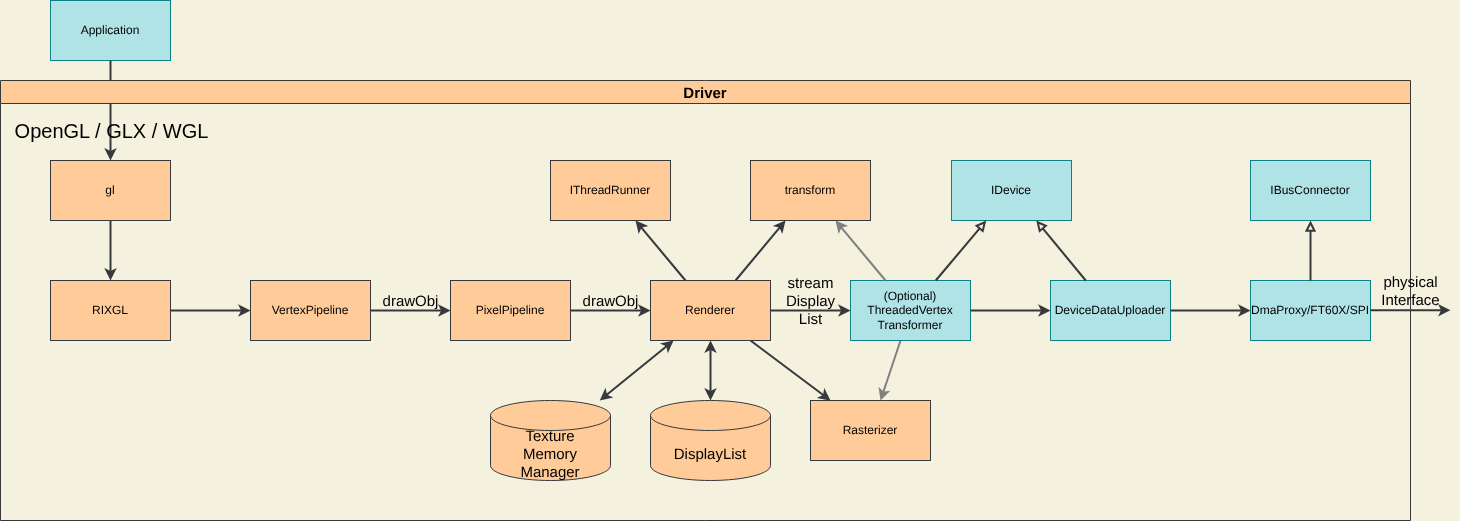
Above: pictures/softwareFlow.drawio.png in ToNi3141/RasterIX (draw.io), before the change. Source tidied: cells renumbered, new cells last; positions are measured from the earlier drawing's top-left corner, leaving out a move shared by most shapes.
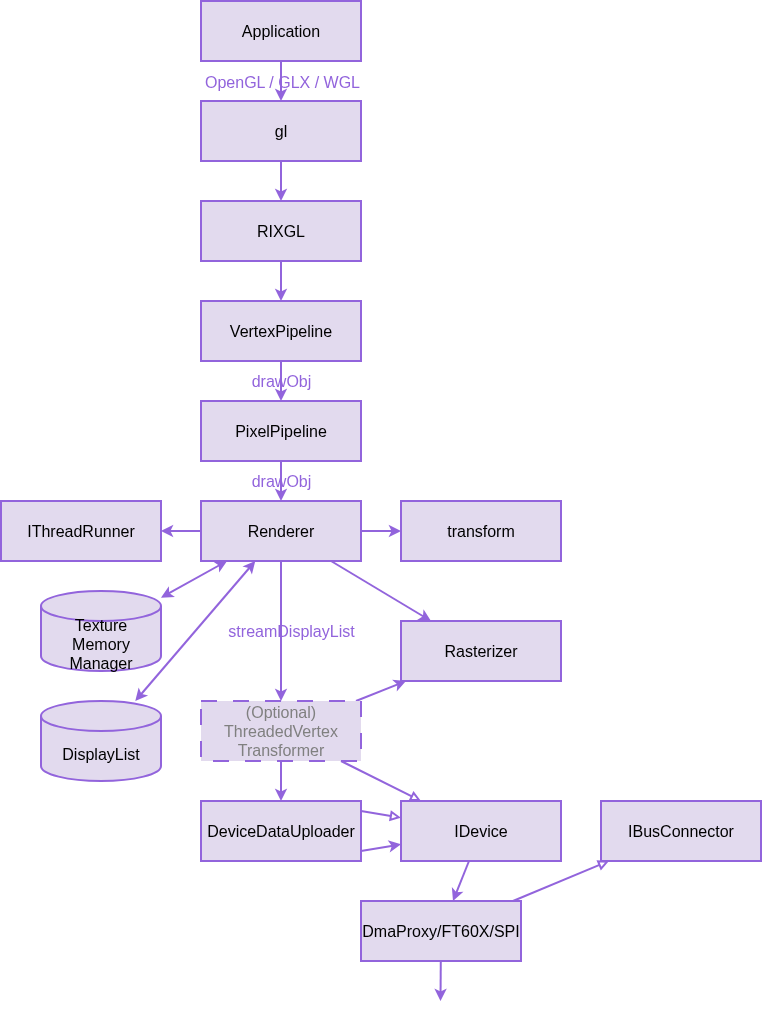
After the change.

The edit, as a diff of the source:
```diff
@@ -1,132 +1,126 @@
-<mxGraphModel background="#F4F1DE">
+<mxGraphModel>
   <root>
     <mxCell id="0" />
     <mxCell id="1" parent="0" />
-    <mxCell id="2" value="Application" style="rounded=0;whiteSpace=wrap;html=1;fillColor=#b0e3e6;strokeColor=#0e8088;fontColor=#000000;" parent="1" vertex="1">
-      <mxGeometry x="50" width="120" height="60" as="geometry" />
+    <mxCell id="2" value="Application" style="rounded=0;whiteSpace=wrap;html=1;fillColor=#E2DAEE;strokeColor=#9264DC;fontColor=#000000;strokeWidth=2;fontSize=16;" parent="1" vertex="1">
+      <mxGeometry x="50" width="160" height="60" as="geometry" />
     </mxCell>
-    <mxCell id="3" style="endArrow=classic;html=1;fontColor=#000000;exitX=0.5;exitY=1;exitDx=0;exitDy=0;strokeWidth=2;fillColor=#eeeeee;strokeColor=#36393d;" parent="1" edge="1" source="2" target="37">
-      <mxGeometry relative="1" as="geometry">
-        <Array as="points">
-          <mxPoint x="110" y="100" />
-        </Array>
-      </mxGeometry>
+    <mxCell id="3" style="endArrow=classic;html=1;fontColor=#000000;strokeWidth=2;fillColor=#eeeeee;strokeColor=#9264DC;" parent="1" edge="1" source="2" target="37">
+      <mxGeometry relative="1" as="geometry" />
     </mxCell>
-    <mxCell id="4" value="OpenGL / GLX / WGL" style="edgeLabel;html=1;align=center;verticalAlign=middle;fontSize=20;fontColor=#000000;labelBackgroundColor=none;" parent="3" vertex="1">
-      <mxGeometry x="0.13" y="-2" relative="1" as="geometry">
-        <mxPoint x="2" y="13" as="offset" />
+    <mxCell id="4" value="OpenGL / GLX / WGL" style="edgeLabel;html=1;align=center;verticalAlign=middle;fontSize=16;fontColor=#9264DC;labelBackgroundColor=none;" parent="3" vertex="1">
+      <mxGeometry x="0.12" y="-2" relative="1" as="geometry">
+        <mxPoint x="2" y="-2" as="offset" />
       </mxGeometry>
     </mxCell>
-    <mxCell id="5" value="Driver" style="swimlane;labelBackgroundColor=none;fontSize=15;fillColor=#ffcc99;strokeColor=#36393d;fontColor=#000000;" parent="1" vertex="1">
-      <mxGeometry y="80" width="1410" height="440" as="geometry" />
-    </mxCell>
-    <mxCell id="6" value="RIXGL" style="rounded=0;whiteSpace=wrap;html=1;fillColor=#ffcc99;strokeColor=#36393d;fontColor=#000000;" parent="5" vertex="1">
-      <mxGeometry x="50" y="200" width="120" height="60" as="geometry" />
+    <mxCell id="6" value="RIXGL" style="rounded=0;whiteSpace=wrap;html=1;fillColor=#E2DAEE;strokeColor=#9264DC;fontColor=#000000;strokeWidth=2;fontSize=16;" parent="1" vertex="1">
+      <mxGeometry x="50" y="200" width="160" height="60" as="geometry" />
     </mxCell>
-    <mxCell id="7" value="VertexPipeline" style="rounded=0;whiteSpace=wrap;html=1;fillColor=#ffcc99;strokeColor=#36393d;fontColor=#000000;" parent="5" vertex="1">
-      <mxGeometry x="250" y="200" width="120" height="60" as="geometry" />
+    <mxCell id="7" value="VertexPipeline" style="rounded=0;whiteSpace=wrap;html=1;fillColor=#E2DAEE;strokeColor=#9264DC;fontColor=#000000;strokeWidth=2;fontSize=16;" parent="1" vertex="1">
+      <mxGeometry x="50" y="300" width="160" height="60" as="geometry" />
     </mxCell>
-    <mxCell id="8" value="PixelPipeline" style="rounded=0;whiteSpace=wrap;html=1;fillColor=#ffcc99;strokeColor=#36393d;fontColor=#000000;" parent="5" vertex="1">
-      <mxGeometry x="450" y="200" width="120" height="60" as="geometry" />
+    <mxCell id="8" value="PixelPipeline" style="rounded=0;whiteSpace=wrap;html=1;fillColor=#E2DAEE;strokeColor=#9264DC;fontColor=#000000;strokeWidth=2;fontSize=16;" parent="1" vertex="1">
+      <mxGeometry x="50" y="400" width="160" height="60" as="geometry" />
     </mxCell>
-    <mxCell id="9" value="drawObj" style="endArrow=classic;html=1;fontSize=15;fontColor=#000000;strokeWidth=2;fillColor=#cce5ff;strokeColor=#36393d;entryX=0;entryY=0.5;entryDx=0;entryDy=0;exitX=1;exitY=0.5;exitDx=0;exitDy=0;labelBackgroundColor=none;" parent="5" edge="1" source="7" target="8">
-      <mxGeometry y="10" relative="1" as="geometry" />
+    <mxCell id="9" value="drawObj" style="endArrow=classic;html=1;fontSize=16;fontColor=#9264DC;strokeWidth=2;fillColor=#cce5ff;strokeColor=#9264DC;labelBackgroundColor=none;" parent="1" edge="1" source="7" target="8">
+      <mxGeometry relative="1" as="geometry" />
     </mxCell>
-    <mxCell id="10" value="Renderer" style="rounded=0;whiteSpace=wrap;html=1;fillColor=#ffcc99;strokeColor=#36393d;fontColor=#000000;" parent="5" vertex="1">
-      <mxGeometry x="650" y="200" width="120" height="60" as="geometry" />
+    <mxCell id="10" value="Renderer" style="rounded=0;whiteSpace=wrap;html=1;fillColor=#E2DAEE;strokeColor=#9264DC;fontColor=#000000;strokeWidth=2;fontSize=16;" parent="1" vertex="1">
+      <mxGeometry x="50" y="500" width="160" height="60" as="geometry" />
     </mxCell>
-    <mxCell id="11" value="drawObj" style="endArrow=classic;html=1;fontSize=15;fontColor=#000000;strokeWidth=2;fillColor=#cce5ff;strokeColor=#36393d;entryX=0;entryY=0.5;entryDx=0;entryDy=0;exitX=1;exitY=0.5;exitDx=0;exitDy=0;labelBackgroundColor=none;" parent="5" edge="1" source="8" target="10">
-      <mxGeometry y="10" relative="1" as="geometry" />
+    <mxCell id="11" value="drawObj" style="endArrow=classic;html=1;fontSize=16;fontColor=#9264DC;strokeWidth=2;fillColor=#cce5ff;strokeColor=#9264DC;labelBackgroundColor=none;" parent="1" edge="1" source="8" target="10">
+      <mxGeometry relative="1" as="geometry" />
     </mxCell>
-    <mxCell id="12" style="endArrow=classic;html=1;fontSize=15;fontColor=#000000;strokeWidth=2;fillColor=#cce5ff;strokeColor=#36393d;entryX=0.5;entryY=0;entryDx=0;entryDy=0;labelBackgroundColor=none;startArrow=classic;startFill=1;entryPerimeter=0;" parent="5" edge="1" source="10" target="18">
+    <mxCell id="12" style="endArrow=classic;html=1;fontSize=15;fontColor=#000000;strokeWidth=2;fillColor=#cce5ff;strokeColor=#9264DC;labelBackgroundColor=none;startArrow=classic;startFill=1;" parent="1" edge="1" source="10" target="18">
       <mxGeometry y="10" relative="1" as="geometry" />
     </mxCell>
-    <mxCell id="13" value="Rasterizer" style="rounded=0;whiteSpace=wrap;html=1;fillColor=#ffcc99;strokeColor=#36393d;fontColor=#000000;" parent="5" vertex="1">
-      <mxGeometry x="810" y="320" width="120" height="60" as="geometry" />
+    <mxCell id="13" value="Rasterizer" style="rounded=0;whiteSpace=wrap;html=1;fillColor=#E2DAEE;strokeColor=#9264DC;fontColor=#000000;strokeWidth=2;fontSize=16;" parent="1" vertex="1">
+      <mxGeometry x="250" y="620" width="160" height="60" as="geometry" />
     </mxCell>
-    <mxCell id="14" style="endArrow=classic;html=1;fontSize=15;fontColor=#000000;strokeWidth=2;fillColor=#cce5ff;strokeColor=#36393d;labelBackgroundColor=none;startArrow=classic;startFill=1;" parent="5" edge="1" source="10" target="17">
+    <mxCell id="14" style="endArrow=classic;html=1;fontSize=15;fontColor=#000000;strokeWidth=2;fillColor=#cce5ff;strokeColor=#9264DC;labelBackgroundColor=none;startArrow=classic;startFill=1;" parent="1" edge="1" source="10" target="17">
       <mxGeometry y="10" relative="1" as="geometry" />
     </mxCell>
-    <mxCell id="15" style="endArrow=classic;html=1;fontSize=15;fontColor=#000000;strokeWidth=2;fillColor=#cce5ff;strokeColor=#808080;labelBackgroundColor=none;startArrow=none;startFill=0;" parent="5" edge="1" source="20" target="13">
-      <mxGeometry y="10" relative="1" as="geometry">
-        <Array as="points">
-          <mxPoint x="890" y="290" />
-        </Array>
-      </mxGeometry>
+    <mxCell id="15" style="endArrow=classic;html=1;fontSize=15;fontColor=#000000;strokeWidth=2;fillColor=#cce5ff;strokeColor=#9264DC;labelBackgroundColor=none;startArrow=none;startFill=0;" parent="1" edge="1" source="20" target="13">
+      <mxGeometry y="10" relative="1" as="geometry" />
     </mxCell>
-    <mxCell id="16" value="stream&lt;div&gt;Display&lt;/div&gt;&lt;div&gt;List&lt;/div&gt;" style="endArrow=classic;html=1;fontSize=15;fontColor=#000000;strokeWidth=2;fillColor=#cce5ff;strokeColor=#36393d;exitX=1;exitY=0.5;exitDx=0;exitDy=0;labelBackgroundColor=none;" parent="5" edge="1" source="10" target="20">
+    <mxCell id="16" value="&lt;span style=&quot;color: rgb(146, 100, 220);&quot;&gt;stream&lt;span style=&quot;background-color: transparent;&quot;&gt;Display&lt;/span&gt;&lt;span style=&quot;background-color: transparent;&quot;&gt;List&lt;/span&gt;&lt;/span&gt;" style="endArrow=classic;html=1;fontSize=16;fontColor=#9264DC;strokeWidth=2;fillColor=#cce5ff;strokeColor=#9264DC;labelBackgroundColor=none;" parent="1" edge="1" source="10" target="20">
       <mxGeometry y="10" relative="1" as="geometry" />
     </mxCell>
-    <mxCell id="17" value="Texture&lt;br&gt;Memory&lt;br&gt;Manager" style="shape=cylinder3;whiteSpace=wrap;html=1;boundedLbl=1;backgroundOutline=1;size=15;labelBackgroundColor=none;fontSize=15;fillColor=#ffcc99;strokeColor=#36393d;fontColor=#000000;" parent="5" vertex="1">
-      <mxGeometry x="490" y="320" width="120" height="80" as="geometry" />
+    <mxCell id="17" value="Texture&lt;br&gt;Memory&lt;br&gt;Manager" style="shape=cylinder3;whiteSpace=wrap;html=1;boundedLbl=1;backgroundOutline=1;size=15;labelBackgroundColor=none;fontSize=16;fillColor=#E2DAEE;strokeColor=#9264DC;fontColor=#000000;strokeWidth=2;" parent="1" vertex="1">
+      <mxGeometry x="-110" y="590" width="120" height="80" as="geometry" />
     </mxCell>
-    <mxCell id="18" value="DisplayList" style="shape=cylinder3;whiteSpace=wrap;html=1;boundedLbl=1;backgroundOutline=1;size=15;labelBackgroundColor=none;fontSize=15;fillColor=#ffcc99;strokeColor=#36393d;fontColor=#000000;" parent="5" vertex="1">
-      <mxGeometry x="650" y="320" width="120" height="80" as="geometry" />
+    <mxCell id="18" value="DisplayList" style="shape=cylinder3;whiteSpace=wrap;html=1;boundedLbl=1;backgroundOutline=1;size=15;labelBackgroundColor=none;fontSize=16;fillColor=#E2DAEE;strokeColor=#9264DC;fontColor=#000000;strokeWidth=2;" parent="1" vertex="1">
+      <mxGeometry x="-110" y="700" width="120" height="80" as="geometry" />
     </mxCell>
-    <mxCell id="19" value="DmaProxy/FT60X/SPI" style="rounded=0;whiteSpace=wrap;html=1;fillColor=#b0e3e6;strokeColor=#0e8088;fontColor=#000000;" parent="5" vertex="1">
-      <mxGeometry x="1250" y="200" width="120" height="60" as="geometry" />
+    <mxCell id="19" value="DmaProxy/FT60X/SPI" style="rounded=0;whiteSpace=wrap;html=1;fillColor=#E2DAEE;strokeColor=#9264DC;fontColor=#000000;strokeWidth=2;fontSize=16;" parent="1" vertex="1">
+      <mxGeometry x="210" y="900" width="160" height="60" as="geometry" />
     </mxCell>
-    <mxCell id="20" value="&lt;div&gt;(Optional)&lt;/div&gt;ThreadedVertex&lt;br&gt;Transformer" style="rounded=0;whiteSpace=wrap;html=1;fillColor=#b0e3e6;strokeColor=#0e8088;glass=0;" parent="5" vertex="1">
-      <mxGeometry x="850" y="200" width="120" height="60" as="geometry" />
+    <mxCell id="20" value="&lt;div&gt;(Optional)&lt;/div&gt;ThreadedVertex&lt;br&gt;Transformer" style="rounded=0;whiteSpace=wrap;html=1;fillColor=#E2DAEE;strokeColor=#9264DC;glass=0;strokeWidth=2;fontSize=16;fontColor=#808080;dashed=1;dashPattern=8 8;" parent="1" vertex="1">
+      <mxGeometry x="50" y="700" width="160" height="60" as="geometry" />
     </mxCell>
-    <mxCell id="21" value="DeviceDataUploader" style="rounded=0;whiteSpace=wrap;html=1;fillColor=#b0e3e6;strokeColor=#0e8088;" parent="5" vertex="1">
-      <mxGeometry x="1050" y="200" width="120" height="60" as="geometry" />
+    <mxCell id="21" value="DeviceDataUploader" style="rounded=0;whiteSpace=wrap;html=1;fillColor=#E2DAEE;strokeColor=#9264DC;strokeWidth=2;fontSize=16;" parent="1" vertex="1">
+      <mxGeometry x="50" y="800" width="160" height="60" as="geometry" />
     </mxCell>
-    <mxCell id="22" value="IBusConnector" style="rounded=0;whiteSpace=wrap;html=1;fillColor=#b0e3e6;strokeColor=#0e8088;fontColor=#000000;" parent="5" vertex="1">
-      <mxGeometry x="1250" y="80" width="120" height="60" as="geometry" />
+    <mxCell id="22" value="IBusConnector" style="rounded=0;whiteSpace=wrap;html=1;fillColor=#E2DAEE;strokeColor=#9264DC;fontColor=#000000;strokeWidth=2;fontSize=16;" parent="1" vertex="1">
+      <mxGeometry x="450" y="800" width="160" height="60" as="geometry" />
     </mxCell>
-    <mxCell id="23" value="IDevice" style="rounded=0;whiteSpace=wrap;html=1;fillColor=#b0e3e6;strokeColor=#0e8088;" parent="5" vertex="1">
-      <mxGeometry x="951" y="80" width="120" height="60" as="geometry" />
-    </mxCell>
-    <mxCell id="24" style="endArrow=classic;html=1;fontSize=15;fontColor=#000000;strokeWidth=2;fillColor=#cce5ff;strokeColor=#36393d;labelBackgroundColor=none;" parent="5" edge="1" source="20" target="21">
+    <mxCell id="24" style="endArrow=classic;html=1;fontSize=15;fontColor=#000000;strokeWidth=2;fillColor=#cce5ff;strokeColor=#9264DC;labelBackgroundColor=none;" parent="1" edge="1" source="20" target="21">
       <mxGeometry y="10" relative="1" as="geometry" />
     </mxCell>
-    <mxCell id="25" style="endArrow=classic;html=1;fontSize=15;fontColor=#000000;strokeWidth=2;fillColor=#cce5ff;strokeColor=#36393d;labelBackgroundColor=none;" parent="5" edge="1" source="21" target="19">
+    <mxCell id="25" style="endArrow=classic;html=1;fontSize=15;fontColor=#000000;strokeWidth=2;fillColor=#cce5ff;strokeColor=#9264DC;labelBackgroundColor=none;" parent="1" edge="1" source="23" target="19">
       <mxGeometry y="10" relative="1" as="geometry" />
     </mxCell>
-    <mxCell id="26" style="endArrow=block;html=1;fontSize=15;fontColor=#000000;strokeWidth=2;fillColor=#cce5ff;strokeColor=#36393d;labelBackgroundColor=none;endFill=0;" parent="5" edge="1" source="20" target="23">
+    <mxCell id="26" style="endArrow=block;html=1;fontSize=15;fontColor=#000000;strokeWidth=2;fillColor=#cce5ff;strokeColor=#9264DC;labelBackgroundColor=none;endFill=0;" parent="1" edge="1" source="20" target="23">
       <mxGeometry y="10" relative="1" as="geometry" />
     </mxCell>
-    <mxCell id="27" style="endArrow=block;html=1;fontSize=15;fontColor=#000000;strokeWidth=2;fillColor=#cce5ff;strokeColor=#36393d;labelBackgroundColor=none;endFill=0;" parent="5" edge="1" source="21" target="23">
-      <mxGeometry y="10" relative="1" as="geometry" />
-    </mxCell>
-    <mxCell id="28" style="endArrow=block;html=1;fontSize=15;fontColor=#000000;strokeWidth=2;fillColor=#cce5ff;strokeColor=#36393d;labelBackgroundColor=none;endFill=0;" parent="5" edge="1" source="19" target="22">
+    <mxCell id="28" style="endArrow=block;html=1;fontSize=15;fontColor=#000000;strokeWidth=2;fillColor=#cce5ff;strokeColor=#9264DC;labelBackgroundColor=none;endFill=0;" parent="1" edge="1" source="19" target="22">
       <mxGeometry y="10" relative="1" as="geometry" />
     </mxCell>
-    <mxCell id="29" value="physical&lt;div&gt;Interface&lt;/div&gt;" style="endArrow=classic;html=1;fontSize=15;fontColor=#000000;strokeWidth=2;fillColor=#cce5ff;strokeColor=#36393d;exitX=1;exitY=0.5;exitDx=0;exitDy=0;labelBackgroundColor=none;" parent="5" edge="1">
-      <mxGeometry y="20" relative="1" as="geometry">
-        <mxPoint x="1370" y="229.7" as="sourcePoint" />
-        <mxPoint x="1450" y="229.7" as="targetPoint" />
-      </mxGeometry>
-    </mxCell>
-    <mxCell id="30" style="endArrow=classic;html=1;fontSize=15;fontColor=#000000;strokeWidth=2;fillColor=#cce5ff;strokeColor=#36393d;labelBackgroundColor=none;startArrow=none;startFill=0;" parent="5" edge="1" source="10" target="13">
+    <mxCell id="30" style="endArrow=classic;html=1;fontSize=15;fontColor=#000000;strokeWidth=2;fillColor=#cce5ff;strokeColor=#9264DC;labelBackgroundColor=none;startArrow=none;startFill=0;" parent="1" edge="1" source="10" target="13">
       <mxGeometry y="10" relative="1" as="geometry" />
     </mxCell>
-    <mxCell id="31" value="IThreadRunner" style="rounded=0;whiteSpace=wrap;html=1;fillColor=#ffcc99;strokeColor=#36393d;fontColor=#000000;" parent="5" vertex="1">
-      <mxGeometry x="550" y="80" width="120" height="60" as="geometry" />
+    <mxCell id="31" value="IThreadRunner" style="rounded=0;whiteSpace=wrap;html=1;fillColor=#E2DAEE;strokeColor=#9264DC;fontColor=#000000;strokeWidth=2;fontSize=16;" parent="1" vertex="1">
+      <mxGeometry x="-150" y="500" width="160" height="60" as="geometry" />
     </mxCell>
-    <mxCell id="32" style="endArrow=classic;html=1;fontSize=15;fontColor=#000000;strokeWidth=2;fillColor=#cce5ff;strokeColor=#36393d;labelBackgroundColor=none;" parent="5" edge="1" source="10" target="31">
+    <mxCell id="32" style="endArrow=classic;html=1;fontSize=15;fontColor=#000000;strokeWidth=2;fillColor=#cce5ff;strokeColor=#9264DC;labelBackgroundColor=none;" parent="1" edge="1" source="10" target="31">
       <mxGeometry y="10" relative="1" as="geometry" />
     </mxCell>
-    <mxCell id="33" value="transform" style="rounded=0;whiteSpace=wrap;html=1;fillColor=#ffcc99;strokeColor=#36393d;fontColor=#000000;" parent="5" vertex="1">
-      <mxGeometry x="750" y="80" width="120" height="60" as="geometry" />
+    <mxCell id="33" value="transform" style="rounded=0;whiteSpace=wrap;html=1;fillColor=#E2DAEE;strokeColor=#9264DC;fontColor=#000000;strokeWidth=2;fontSize=16;" parent="1" vertex="1">
+      <mxGeometry x="250" y="500" width="160" height="60" as="geometry" />
     </mxCell>
-    <mxCell id="34" style="endArrow=classic;html=1;fontSize=15;fontColor=#000000;strokeWidth=2;fillColor=#cce5ff;strokeColor=#36393d;labelBackgroundColor=none;" parent="5" edge="1" source="10" target="33">
+    <mxCell id="34" style="endArrow=classic;html=1;fontSize=15;fontColor=#000000;strokeWidth=2;fillColor=#cce5ff;strokeColor=#9264DC;labelBackgroundColor=none;" parent="1" edge="1" source="10" target="33">
       <mxGeometry y="10" relative="1" as="geometry" />
     </mxCell>
-    <mxCell id="35" style="endArrow=classic;html=1;fontSize=15;fontColor=#000000;strokeWidth=2;fillColor=#cce5ff;strokeColor=#808080;labelBackgroundColor=none;" parent="5" edge="1" source="20" target="33">
-      <mxGeometry y="10" relative="1" as="geometry" />
-    </mxCell>
-    <mxCell id="36" style="endArrow=classic;html=1;fontSize=20;fontColor=#000000;strokeWidth=2;fillColor=#cce5ff;strokeColor=#36393d;exitX=1;exitY=0.5;exitDx=0;exitDy=0;entryX=0;entryY=0.5;entryDx=0;entryDy=0;" parent="5" edge="1" source="6">
-      <mxGeometry relative="1" as="geometry">
-        <mxPoint x="250" y="230" as="targetPoint" />
-      </mxGeometry>
+    <mxCell id="36" style="endArrow=classic;html=1;fontSize=20;fontColor=#000000;strokeWidth=2;fillColor=#cce5ff;strokeColor=#9264DC;" parent="1" edge="1" source="6" target="7">
+      <mxGeometry relative="1" as="geometry" />
     </mxCell>
-    <mxCell id="37" value="gl" style="rounded=0;whiteSpace=wrap;html=1;fillColor=#ffcc99;strokeColor=#36393d;fontColor=#000000;" parent="5" vertex="1">
-      <mxGeometry x="50" y="80" width="120" height="60" as="geometry" />
+    <mxCell id="37" value="gl" style="rounded=0;whiteSpace=wrap;html=1;fillColor=#E2DAEE;strokeColor=#9264DC;fontColor=#000000;strokeWidth=2;fontSize=16;" parent="1" vertex="1">
+      <mxGeometry x="50" y="100" width="160" height="60" as="geometry" />
     </mxCell>
-    <mxCell id="38" style="endArrow=classic;html=1;fontSize=20;fontColor=#000000;strokeWidth=2;fillColor=#cce5ff;strokeColor=#36393d;" parent="5" edge="1" source="37" target="6">
+    <mxCell id="38" style="endArrow=classic;html=1;fontSize=20;fontColor=#000000;strokeWidth=2;fillColor=#cce5ff;strokeColor=#9264DC;" parent="1" edge="1" source="37" target="6">
       <mxGeometry relative="1" as="geometry" />
     </mxCell>
+    <mxCell id="39" style="endArrow=classic;html=1;fontSize=15;fontColor=#000000;strokeWidth=2;fillColor=#cce5ff;strokeColor=#9264DC;labelBackgroundColor=none;" parent="1" edge="1" source="21" target="23">
+      <mxGeometry y="10" relative="1" as="geometry">
+        <Array as="points">
+          <mxPoint x="210" y="850" />
+        </Array>
+      </mxGeometry>
+    </mxCell>
+    <mxCell id="23" value="IDevice" style="rounded=0;whiteSpace=wrap;html=1;fillColor=#E2DAEE;strokeColor=#9264DC;strokeWidth=2;fontSize=16;" parent="1" vertex="1">
+      <mxGeometry x="250" y="800" width="160" height="60" as="geometry" />
+    </mxCell>
+    <mxCell id="40" style="endArrow=block;html=1;fontSize=15;fontColor=#000000;strokeWidth=2;fillColor=#cce5ff;strokeColor=#9264DC;labelBackgroundColor=none;endFill=0;" parent="1" edge="1" source="21" target="23">
+      <mxGeometry y="10" relative="1" as="geometry">
+        <Array as="points">
+          <mxPoint x="210" y="810" />
+        </Array>
+      </mxGeometry>
+    </mxCell>
+    <mxCell id="41" style="endArrow=classic;html=1;fontSize=15;fontColor=#000000;strokeWidth=2;fillColor=#cce5ff;strokeColor=#9264DC;labelBackgroundColor=none;" parent="1" edge="1" source="19">
+      <mxGeometry y="10" relative="1" as="geometry">
+        <mxPoint x="289.5" y="1000" as="targetPoint" />
+      </mxGeometry>
+    </mxCell>
   </root>
 </mxGraphModel>
```
